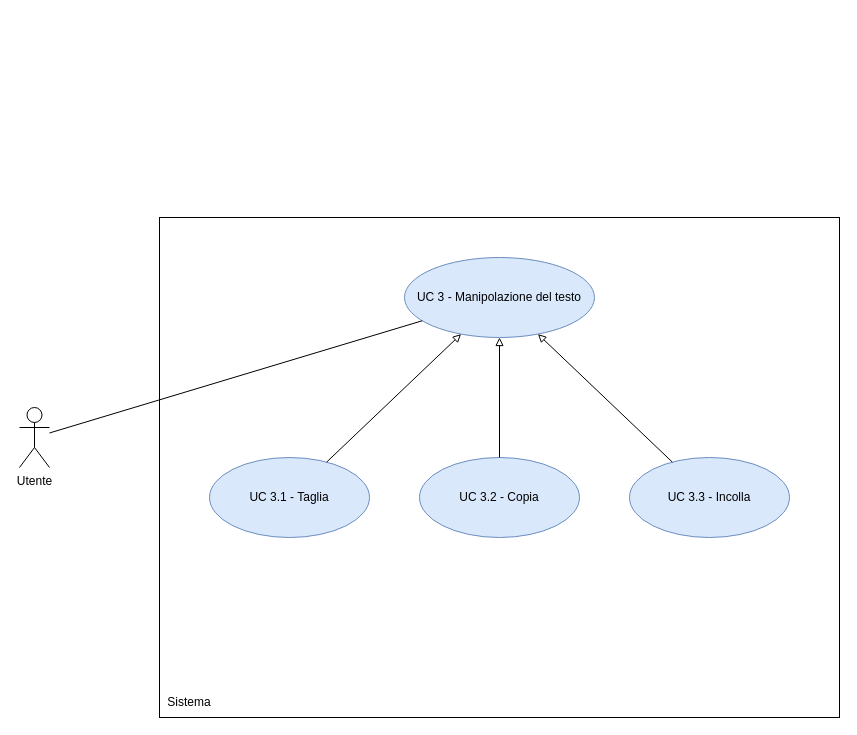
thebitless-group-swe/thebitless.github.io keeps this draw.io diagram as RTB/doc_esterna/analisi-dei-requisiti/assets/draw.io/UC3.drawio. Above is the earlier version. Source tidied: cells renumbered, new cells numbered last; positions are measured from the earlier drawing's top-left corner, leaving out a move shared by most shapes. Both pictures are drawn from the tidied source at 100%, with x=0, y=0 at pixel (19, 217).
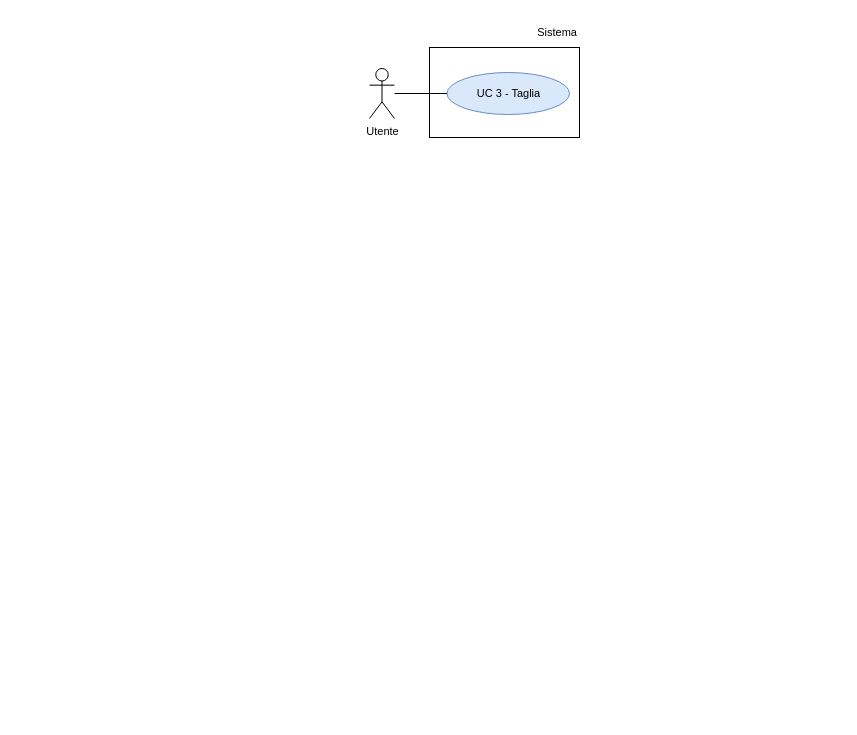
Above is the later version.

The edit, as a diff of the source:
```diff
@@
 <mxGraphModel>
   <root>
     <mxCell id="0" />
     <mxCell id="1" parent="0" />
-    <mxCell id="2" value="Utente" style="shape=umlActor;verticalLabelPosition=bottom;verticalAlign=top;html=1;outlineConnect=0;" parent="1" vertex="1">
-      <mxGeometry y="190" width="30" height="60" as="geometry" />
+    <mxCell id="2" value="Utente" style="shape=umlActor;verticalLabelPosition=bottom;verticalAlign=top;html=1;outlineConnect=0;fontSize=11;" parent="1" vertex="1">
+      <mxGeometry x="350" y="-149" width="25" height="50" as="geometry" />
     </mxCell>
-    <mxCell id="3" style="whiteSpace=wrap;html=1;" parent="1" vertex="1">
-      <mxGeometry x="140" width="680" height="500" as="geometry" />
-    </mxCell>
+    <mxCell id="13" style="rounded=0;whiteSpace=wrap;html=1;strokeWidth=1;" parent="1" vertex="1">
+      <mxGeometry x="410" y="-170" width="150" height="90" as="geometry" />
+    </mxCell>
-    <mxCell id="4" value="Sistema" style="text;html=1;whiteSpace=wrap;strokeColor=none;fillColor=none;align=center;verticalAlign=middle;rounded=0;" parent="1" vertex="1">
-      <mxGeometry x="140" y="470" width="60" height="30" as="geometry" />
+    <mxCell id="4" value="Sistema" style="text;html=1;whiteSpace=wrap;strokeColor=none;fillColor=none;align=right;verticalAlign=middle;fontSize=11;" parent="1" vertex="1">
+      <mxGeometry x="500" y="-200" width="60" height="30" as="geometry" />
     </mxCell>
-    <mxCell id="5" value="UC 3 - Manipolazione del testo" style="ellipse;whiteSpace=wrap;html=1;fillColor=#dae8fc;strokeColor=#6c8ebf;" parent="1" vertex="1">
-      <mxGeometry x="385" y="40" width="190" height="80" as="geometry" />
-    </mxCell>
-    <mxCell id="6" style="edgeStyle=none;rounded=0;jettySize=auto;html=1;endArrow=none;endFill=0;" parent="1" edge="1" source="2" target="5">
-      <mxGeometry relative="1" as="geometry" />
-    </mxCell>
-    <mxCell id="7" value="UC 3.1 - Taglia" style="ellipse;whiteSpace=wrap;html=1;fillColor=#dae8fc;strokeColor=#6c8ebf;" parent="1" vertex="1">
-      <mxGeometry x="190" y="240" width="160" height="80" as="geometry" />
-    </mxCell>
-    <mxCell id="8" style="edgeStyle=none;rounded=0;jettySize=auto;html=1;endArrow=block;endFill=0;" parent="1" edge="1" source="7" target="5">
-      <mxGeometry relative="1" as="geometry" />
-    </mxCell>
-    <mxCell id="9" value="UC 3.2 - Copia" style="ellipse;whiteSpace=wrap;html=1;fillColor=#dae8fc;strokeColor=#6c8ebf;" parent="1" vertex="1">
-      <mxGeometry x="400" y="240" width="160" height="80" as="geometry" />
-    </mxCell>
-    <mxCell id="10" style="edgeStyle=none;rounded=0;jettySize=auto;html=1;endArrow=block;endFill=0;" parent="1" edge="1" source="9" target="5">
-      <mxGeometry relative="1" as="geometry" />
-    </mxCell>
-    <mxCell id="11" value="UC 3.3 - Incolla" style="ellipse;whiteSpace=wrap;html=1;fillColor=#dae8fc;strokeColor=#6c8ebf;" parent="1" vertex="1">
-      <mxGeometry x="610" y="240" width="160" height="80" as="geometry" />
-    </mxCell>
-    <mxCell id="12" style="edgeStyle=none;rounded=0;jettySize=auto;html=1;endArrow=block;endFill=0;" parent="1" edge="1" source="11" target="5">
-      <mxGeometry relative="1" as="geometry" />
-    </mxCell>
+    <mxCell id="14" value="UC 3 - Taglia" style="ellipse;whiteSpace=wrap;html=1;fillColor=#dae8fc;strokeColor=#6c8ebf;fontSize=11;" parent="1" vertex="1">
+      <mxGeometry x="427.5" y="-145" width="122.5" height="42" as="geometry" />
+    </mxCell>
+    <mxCell id="15" style="edgeStyle=none;rounded=0;jettySize=auto;html=1;endArrow=none;endFill=0;" parent="1" edge="1" source="2" target="14">
+      <mxGeometry relative="1" as="geometry" />
+    </mxCell>
+    <mxCell id="16" style="edgeStyle=orthogonalEdgeStyle;rounded=0;orthogonalLoop=1;jettySize=auto;html=1;exitX=0.5;exitY=1;exitDx=0;exitDy=0;" parent="1" edge="1" source="4" target="4">
+      <mxGeometry relative="1" as="geometry" />
+    </mxCell>
   </root>
 </mxGraphModel>
```
